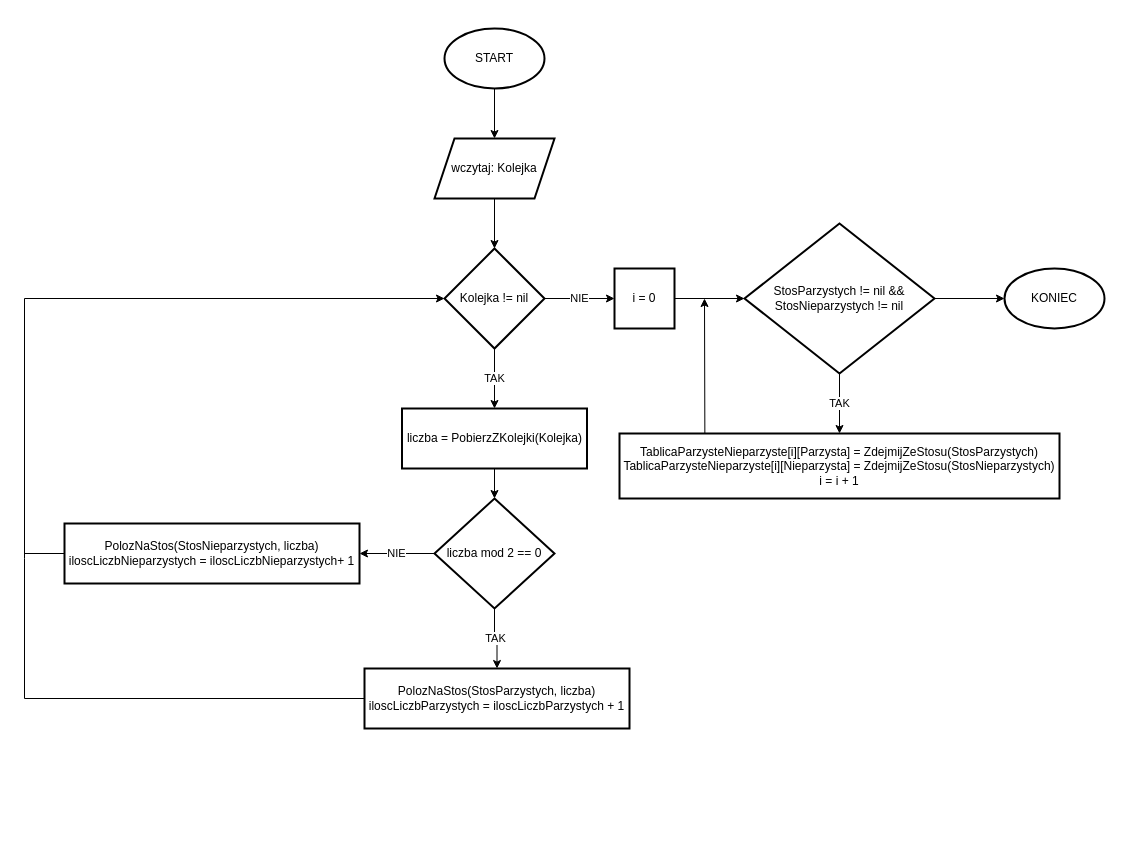
The draw.io diagram algorytmy-i-struktury-danych/LiczbyParzysteNieparzyste.drawio in MichalPniak/diagrams.net, before the edit. Source tidied: cells renumbered, new cells numbered last; positions are measured from the earlier drawing's top-left corner, leaving out a move shared by most shapes. Both pictures are drawn from the tidied source at 100%, with x=0, y=0 at pixel (24, 28).
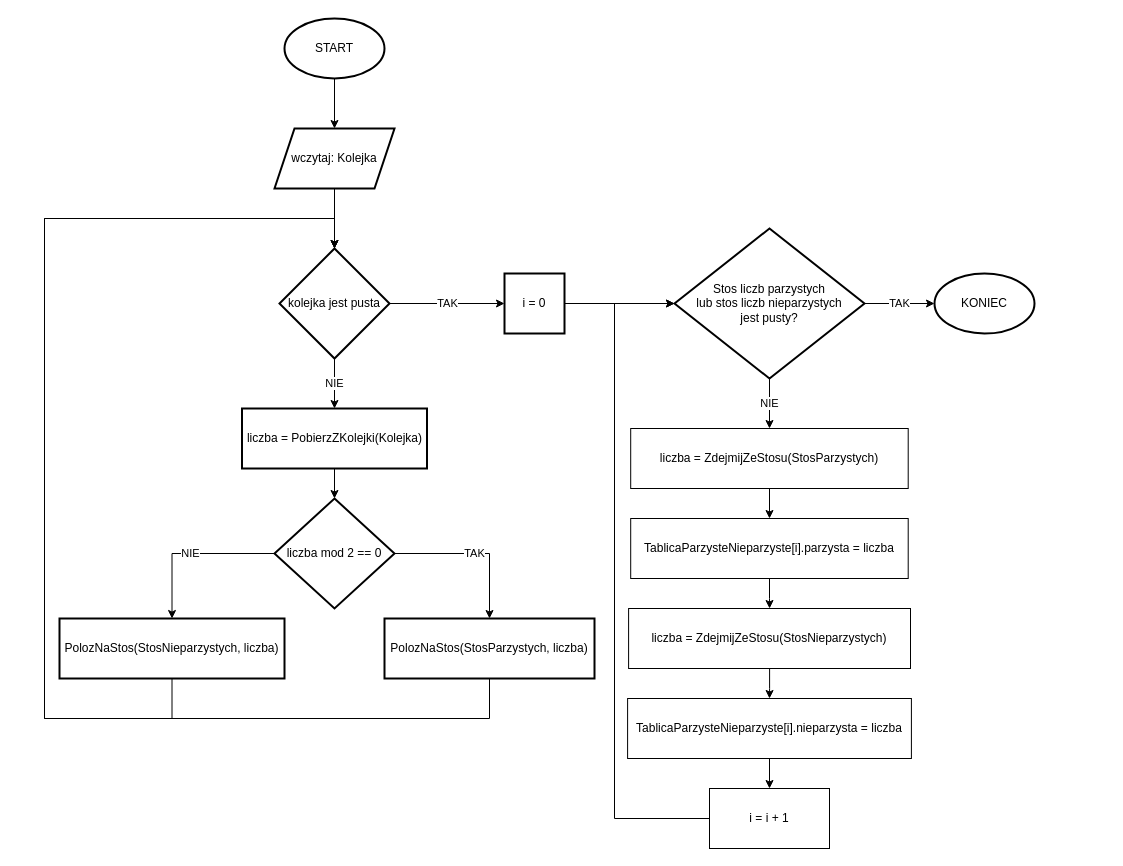
The same diagram, later.

Diff of the diagram source:
```diff
@@
     <mxCell id="3" value="START" style="strokeWidth=2;html=1;shape=mxgraph.flowchart.start_1;whiteSpace=wrap;" parent="1" vertex="1">
-      <mxGeometry x="420" width="100" height="60" as="geometry" />
+      <mxGeometry x="260" y="-10" width="100" height="60" as="geometry" />
     </mxCell>
-    <mxCell id="4" value="TAK" style="edgeStyle=orthogonalEdgeStyle;rounded=0;jettySize=auto;html=1;" parent="1" edge="1" source="6" target="8">
+    <mxCell id="4" value="NIE" style="edgeStyle=orthogonalEdgeStyle;rounded=0;jettySize=auto;html=1;" parent="1" edge="1" source="6" target="8">
       <mxGeometry relative="1" as="geometry" />
     </mxCell>
-    <mxCell id="5" value="NIE" style="edgeStyle=none;rounded=0;jettySize=auto;html=1;" parent="1" edge="1" source="6" target="18">
+    <mxCell id="5" value="TAK" style="edgeStyle=none;rounded=0;jettySize=auto;html=1;" parent="1" edge="1" source="6" target="18">
       <mxGeometry relative="1" as="geometry" />
     </mxCell>
-    <mxCell id="6" value="Kolejka != nil" style="rhombus;whiteSpace=wrap;html=1;strokeWidth=2;" parent="1" vertex="1">
-      <mxGeometry x="420" y="220" width="100" height="100" as="geometry" />
+    <mxCell id="6" value="kolejka jest pusta" style="rhombus;whiteSpace=wrap;html=1;strokeWidth=2;" parent="1" vertex="1">
+      <mxGeometry x="255" y="220" width="110" height="110" as="geometry" />
     </mxCell>
@@
     <mxCell id="8" value="liczba =&amp;nbsp;PobierzZKolejki(Kolejka)" style="whiteSpace=wrap;html=1;strokeWidth=2;" parent="1" vertex="1">
-      <mxGeometry x="377.5" y="380" width="185" height="60" as="geometry" />
+      <mxGeometry x="217.5" y="380" width="185" height="60" as="geometry" />
     </mxCell>
-    <mxCell id="9" value="TAK" style="edgeStyle=orthogonalEdgeStyle;rounded=0;jettySize=auto;html=1;" parent="1" edge="1" source="11" target="13">
+    <mxCell id="9" value="TAK" style="edgeStyle=orthogonalEdgeStyle;rounded=0;jettySize=auto;html=1;exitX=1;exitY=0.5;exitDx=0;exitDy=0;" parent="1" edge="1" source="11" target="13">
       <mxGeometry relative="1" as="geometry" />
     </mxCell>
-    <mxCell id="10" value="NIE" style="edgeStyle=orthogonalEdgeStyle;rounded=0;jettySize=auto;html=1;" parent="1" edge="1" source="11" target="15">
+    <mxCell id="10" value="NIE" style="edgeStyle=orthogonalEdgeStyle;rounded=0;jettySize=auto;html=1;exitX=0;exitY=0.5;exitDx=0;exitDy=0;" parent="1" edge="1" source="11" target="15">
       <mxGeometry relative="1" as="geometry" />
     </mxCell>
     <mxCell id="11" value="liczba mod 2 == 0" style="rhombus;whiteSpace=wrap;html=1;strokeWidth=2;" parent="1" vertex="1">
-      <mxGeometry x="410" y="470" width="120" height="110" as="geometry" />
+      <mxGeometry x="250" y="470" width="120" height="110" as="geometry" />
     </mxCell>
-    <mxCell id="12" style="edgeStyle=none;rounded=0;jettySize=auto;html=1;exitX=0;exitY=0.5;exitDx=0;exitDy=0;entryX=0;entryY=0.5;entryDx=0;entryDy=0;" parent="1" edge="1" source="13" target="6">
+    <mxCell id="12" style="edgeStyle=orthogonalEdgeStyle;rounded=0;jettySize=auto;html=1;exitX=0.5;exitY=1;exitDx=0;exitDy=0;entryX=0.5;entryY=0;entryDx=0;entryDy=0;" parent="1" edge="1" source="13" target="6">
       <mxGeometry relative="1" as="geometry">
         <Array as="points">
-          <mxPoint y="670" />
-          <mxPoint y="530" />
-          <mxPoint y="270" />
+          <mxPoint x="465" y="690" />
+          <mxPoint x="20" y="690" />
+          <mxPoint x="20" y="190" />
+          <mxPoint x="310" y="190" />
         </Array>
       </mxGeometry>
     </mxCell>
-    <mxCell id="13" value="PolozNaStos(StosParzystych, liczba)&lt;br&gt;iloscLiczbParzystych = iloscLiczbParzystych + 1" style="whiteSpace=wrap;html=1;strokeWidth=2;" parent="1" vertex="1">
-      <mxGeometry x="340" y="640" width="265" height="60" as="geometry" />
+    <mxCell id="13" value="PolozNaStos(StosParzystych, liczba)" style="whiteSpace=wrap;html=1;strokeWidth=2;" parent="1" vertex="1">
+      <mxGeometry x="360" y="590" width="210" height="60" as="geometry" />
     </mxCell>
@@
+    <mxCell id="27" style="edgeStyle=orthogonalEdgeStyle;rounded=0;jettySize=auto;html=1;exitX=0.5;exitY=1;exitDx=0;exitDy=0;entryX=0.5;entryY=0;entryDx=0;entryDy=0;" parent="1" edge="1" source="15" target="6">
+      <mxGeometry relative="1" as="geometry">
+        <Array as="points">
+          <mxPoint x="148" y="690" />
+          <mxPoint x="20" y="690" />
+          <mxPoint x="20" y="190" />
+          <mxPoint x="310" y="190" />
+        </Array>
+      </mxGeometry>
+    </mxCell>
-    <mxCell id="15" value="PolozNaStos(StosNieparzystych, liczba)&lt;br&gt;iloscLiczbNieparzystych = iloscLiczbNieparzystych+ 1" style="whiteSpace=wrap;html=1;strokeWidth=2;" parent="1" vertex="1">
-      <mxGeometry x="40" y="495" width="295" height="60" as="geometry" />
+    <mxCell id="15" value="PolozNaStos(StosNieparzystych, liczba)" style="whiteSpace=wrap;html=1;strokeWidth=2;" parent="1" vertex="1">
+      <mxGeometry x="35" y="590" width="225" height="60" as="geometry" />
     </mxCell>
-    <mxCell id="16" style="endArrow=none;html=1;rounded=0;exitX=0;exitY=0.5;exitDx=0;exitDy=0;" parent="1" edge="1" source="15">
-      <mxGeometry relative="1" as="geometry">
-        <mxPoint y="525" as="targetPoint" />
-      </mxGeometry>
-    </mxCell>
@@
     <mxCell id="18" value="i = 0" style="whiteSpace=wrap;html=1;strokeWidth=2;" parent="1" vertex="1">
-      <mxGeometry x="590" y="240" width="60" height="60" as="geometry" />
+      <mxGeometry x="480" y="245" width="60" height="60" as="geometry" />
     </mxCell>
-    <mxCell id="19" value="TAK" style="edgeStyle=none;rounded=0;jettySize=auto;html=1;exitX=0.5;exitY=1;exitDx=0;exitDy=0;entryX=0.5;entryY=0;entryDx=0;entryDy=0;" parent="1" edge="1" source="21" target="23">
-      <mxGeometry relative="1" as="geometry" />
-    </mxCell>
-    <mxCell id="20" style="edgeStyle=none;rounded=0;jettySize=auto;html=1;exitX=1;exitY=0.5;exitDx=0;exitDy=0;entryX=0;entryY=0.5;entryDx=0;entryDy=0;entryPerimeter=0;" parent="1" edge="1" source="21" target="24">
+    <mxCell id="20" value="TAK" style="edgeStyle=none;rounded=0;jettySize=auto;html=1;exitX=1;exitY=0.5;exitDx=0;exitDy=0;entryX=0;entryY=0.5;entryDx=0;entryDy=0;entryPerimeter=0;" parent="1" edge="1" source="21" target="24">
       <mxGeometry relative="1" as="geometry" />
     </mxCell>
+    <mxCell id="28" value="NIE" style="edgeStyle=orthogonalEdgeStyle;rounded=0;jettySize=auto;html=1;" parent="1" edge="1" source="21" target="30">
+      <mxGeometry relative="1" as="geometry" />
+    </mxCell>
-    <mxCell id="21" value="StosParzystych != nil &amp;amp;&amp;amp; StosNieparzystych != nil" style="rhombus;whiteSpace=wrap;html=1;strokeWidth=2;" parent="1" vertex="1">
-      <mxGeometry x="720" y="195" width="190" height="150" as="geometry" />
+    <mxCell id="21" value="Stos liczb parzystych &lt;br&gt;lub stos liczb nieparzystych&lt;br&gt;jest pusty?" style="rhombus;whiteSpace=wrap;html=1;strokeWidth=2;" parent="1" vertex="1">
+      <mxGeometry x="650" y="200" width="190" height="150" as="geometry" />
     </mxCell>
-    <mxCell id="22" style="edgeStyle=none;rounded=0;jettySize=auto;html=1;exitX=0.194;exitY=0.025;exitDx=0;exitDy=0;exitPerimeter=0;" parent="1" edge="1" source="23">
-      <mxGeometry relative="1" as="geometry">
-        <mxPoint x="680" y="270" as="targetPoint" />
-      </mxGeometry>
-    </mxCell>
-    <mxCell id="23" value="&lt;div style=&quot;line-height: 120%;&quot;&gt;TablicaParzysteNieparzyste[i][Parzysta] = ZdejmijZeStosu(StosParzystych)&lt;/div&gt;TablicaParzysteNieparzyste[i][Nieparzysta] = ZdejmijZeStosu(StosNieparzystych)&lt;br&gt;i = i + 1" style="whiteSpace=wrap;html=1;strokeWidth=2;align=center;" parent="1" vertex="1">
-      <mxGeometry x="595" y="405" width="440" height="65" as="geometry" />
-    </mxCell>
     <mxCell id="24" value="KONIEC" style="strokeWidth=2;html=1;shape=mxgraph.flowchart.start_1;whiteSpace=wrap;" parent="1" vertex="1">
-      <mxGeometry x="980" y="240" width="100" height="60" as="geometry" />
+      <mxGeometry x="910" y="245" width="100" height="60" as="geometry" />
     </mxCell>
@@
     <mxCell id="26" value="wczytaj: Kolejka" style="shape=parallelogram;perimeter=parallelogramPerimeter;whiteSpace=wrap;html=1;fixedSize=1;strokeWidth=2;" parent="1" vertex="1">
-      <mxGeometry x="410" y="110" width="120" height="60" as="geometry" />
+      <mxGeometry x="250" y="100" width="120" height="60" as="geometry" />
     </mxCell>
+    <mxCell id="29" style="edgeStyle=orthogonalEdgeStyle;rounded=0;jettySize=auto;html=1;" parent="1" edge="1" source="30" target="32">
+      <mxGeometry relative="1" as="geometry" />
+    </mxCell>
+    <mxCell id="30" value="liczba =&amp;nbsp;ZdejmijZeStosu(StosParzystych)" style="rounded=0;whiteSpace=wrap;html=1;" parent="1" vertex="1">
+      <mxGeometry x="606.2" y="400" width="277.5" height="60" as="geometry" />
+    </mxCell>
+    <mxCell id="31" style="edgeStyle=orthogonalEdgeStyle;rounded=0;jettySize=auto;html=1;" parent="1" edge="1" source="32" target="36">
+      <mxGeometry relative="1" as="geometry" />
+    </mxCell>
+    <mxCell id="32" value="TablicaParzysteNieparzyste[i].parzysta = liczba" style="whiteSpace=wrap;html=1;rounded=0;" parent="1" vertex="1">
+      <mxGeometry x="606.2" y="490" width="277.5" height="60" as="geometry" />
+    </mxCell>
+    <mxCell id="33" style="edgeStyle=orthogonalEdgeStyle;rounded=0;jettySize=auto;html=1;exitX=0;exitY=0.5;exitDx=0;exitDy=0;entryX=0;entryY=0.5;entryDx=0;entryDy=0;" parent="1" edge="1" source="34" target="21">
+      <mxGeometry relative="1" as="geometry">
+        <Array as="points">
+          <mxPoint x="590" y="790" />
+          <mxPoint x="590" y="275" />
+        </Array>
+      </mxGeometry>
+    </mxCell>
+    <mxCell id="34" value="i = i + 1" style="whiteSpace=wrap;html=1;rounded=0;" parent="1" vertex="1">
+      <mxGeometry x="685" y="760" width="120" height="60" as="geometry" />
+    </mxCell>
+    <mxCell id="35" style="edgeStyle=orthogonalEdgeStyle;rounded=0;jettySize=auto;html=1;" parent="1" edge="1" source="36" target="38">
+      <mxGeometry relative="1" as="geometry" />
+    </mxCell>
+    <mxCell id="36" value="liczba =&amp;nbsp;ZdejmijZeStosu(StosNieparzystych)" style="rounded=0;whiteSpace=wrap;html=1;" parent="1" vertex="1">
+      <mxGeometry x="604.1" y="580" width="281.9" height="60" as="geometry" />
+    </mxCell>
+    <mxCell id="37" style="edgeStyle=orthogonalEdgeStyle;rounded=0;jettySize=auto;html=1;" parent="1" edge="1" source="38" target="34">
+      <mxGeometry relative="1" as="geometry" />
+    </mxCell>
+    <mxCell id="38" value="TablicaParzysteNieparzyste[i].nieparzysta = liczba" style="whiteSpace=wrap;html=1;rounded=0;" parent="1" vertex="1">
+      <mxGeometry x="603.1" y="670" width="283.8" height="60" as="geometry" />
+    </mxCell>
```
